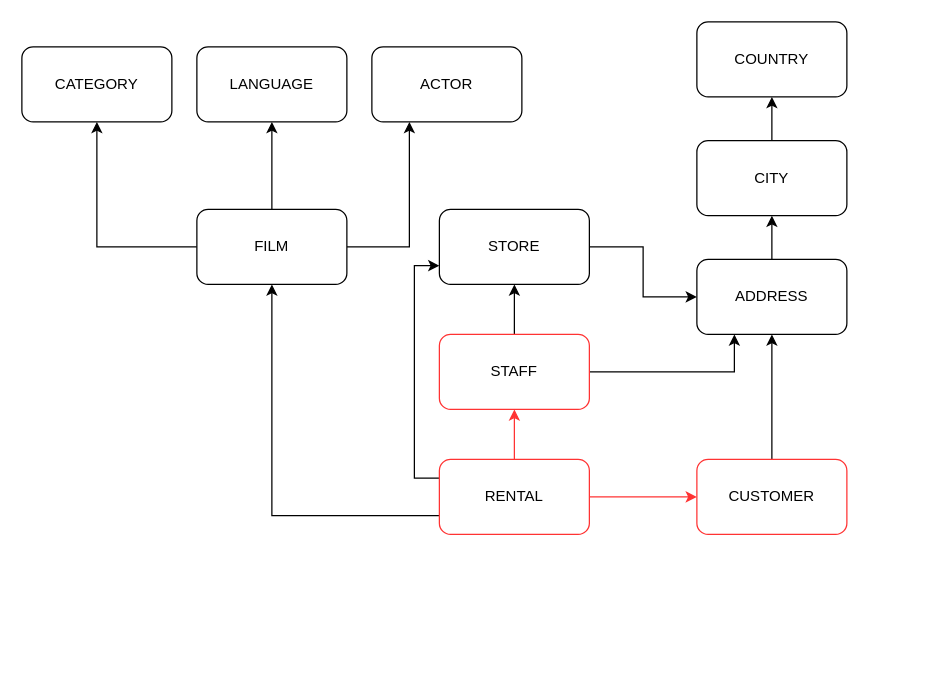
Before: Bản sao của Basic_Sakila_Operational_Source.drawio in luhoangve24/Diagram, a draw.io diagram. Source tidied: cells renumbered, new cells numbered last; positions are measured from the earlier drawing's top-left corner, leaving out a move shared by most shapes. Both pictures are drawn from the tidied source at 125%, with x=0, y=0 at pixel (21, 21).
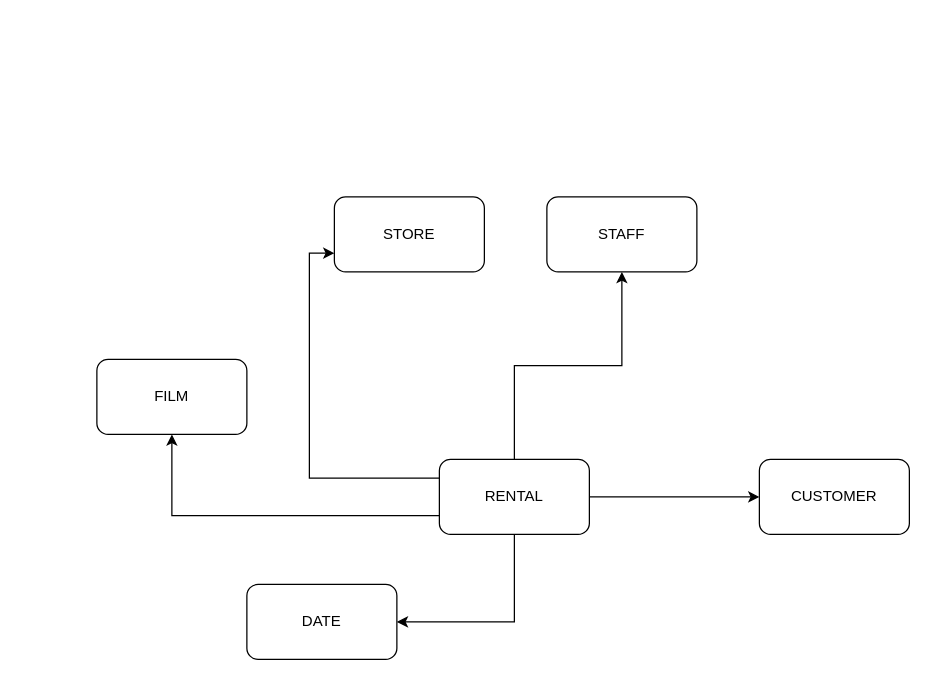
Above is the later version.

Commit message:
Cập nhật Bản sao của Basic_Sakila_Operational_Source.drawio

The edit, as a diff of the source:
```diff
@@
-    <mxCell id="2" style="edgeStyle=orthogonalEdgeStyle;rounded=0;jettySize=auto;html=1;strokeColor=#FF3333;" parent="1" edge="1" source="6" target="9">
+    <mxCell id="2" style="edgeStyle=orthogonalEdgeStyle;rounded=0;jettySize=auto;html=1;strokeColor=#000000;" parent="1" edge="1" source="6" target="9">
       <mxGeometry relative="1" as="geometry" />
     </mxCell>
-    <mxCell id="3" style="edgeStyle=orthogonalEdgeStyle;rounded=0;jettySize=auto;html=1;exitX=1;exitY=0.5;exitDx=0;exitDy=0;entryX=0;entryY=0.5;entryDx=0;entryDy=0;strokeColor=#FF3333;" parent="1" edge="1" source="6" target="13">
+    <mxCell id="3" style="edgeStyle=orthogonalEdgeStyle;rounded=0;jettySize=auto;html=1;exitX=1;exitY=0.5;exitDx=0;exitDy=0;entryX=0;entryY=0.5;entryDx=0;entryDy=0;strokeColor=#000000;" parent="1" edge="1" source="6" target="13">
       <mxGeometry relative="1" as="geometry" />
     </mxCell>
-    <mxCell id="4" style="edgeStyle=orthogonalEdgeStyle;rounded=0;jettySize=auto;html=1;exitX=0;exitY=0.75;exitDx=0;exitDy=0;entryX=0.5;entryY=1;entryDx=0;entryDy=0;" parent="1" edge="1" source="6" target="17">
+    <mxCell id="4" style="edgeStyle=orthogonalEdgeStyle;rounded=0;jettySize=auto;html=1;exitX=0;exitY=0.75;exitDx=0;exitDy=0;entryX=0.5;entryY=1;entryDx=0;entryDy=0;strokeColor=#000000;" parent="1" edge="1" source="6" target="17">
       <mxGeometry relative="1" as="geometry" />
     </mxCell>
-    <mxCell id="5" style="edgeStyle=orthogonalEdgeStyle;rounded=0;jettySize=auto;html=1;exitX=0;exitY=0.25;exitDx=0;exitDy=0;entryX=0;entryY=0.75;entryDx=0;entryDy=0;" parent="1" edge="1" source="6" target="11">
+    <mxCell id="5" style="edgeStyle=orthogonalEdgeStyle;rounded=0;jettySize=auto;html=1;exitX=0;exitY=0.25;exitDx=0;exitDy=0;entryX=0;entryY=0.75;entryDx=0;entryDy=0;strokeColor=#000000;" parent="1" edge="1" source="6" target="11">
       <mxGeometry relative="1" as="geometry" />
     </mxCell>
+    <mxCell id="26" style="edgeStyle=orthogonalEdgeStyle;rounded=0;jettySize=auto;html=1;exitX=0.5;exitY=1;exitDx=0;exitDy=0;entryX=1;entryY=0.5;entryDx=0;entryDy=0;" parent="1" edge="1" source="6" target="27">
+      <mxGeometry relative="1" as="geometry" />
+    </mxCell>
-    <mxCell id="6" value="RENTAL" style="rounded=1;whiteSpace=wrap;html=1;strokeColor=#FF3333;" parent="1" vertex="1">
+    <mxCell id="6" value="RENTAL" style="rounded=1;whiteSpace=wrap;html=1;strokeColor=#000000;" parent="1" vertex="1">
       <mxGeometry x="334" y="350" width="120" height="60" as="geometry" />
     </mxCell>
-    <mxCell id="7" style="edgeStyle=orthogonalEdgeStyle;rounded=0;jettySize=auto;html=1;" parent="1" edge="1" source="9" target="11">
-      <mxGeometry relative="1" as="geometry" />
-    </mxCell>
-    <mxCell id="8" style="edgeStyle=orthogonalEdgeStyle;rounded=0;jettySize=auto;html=1;entryX=0.25;entryY=1;entryDx=0;entryDy=0;" parent="1" edge="1" source="9" target="22">
-      <mxGeometry relative="1" as="geometry" />
-    </mxCell>
-    <mxCell id="9" value="STAFF" style="rounded=1;whiteSpace=wrap;html=1;strokeColor=#FF3333;" parent="1" vertex="1">
-      <mxGeometry x="334" y="250" width="120" height="60" as="geometry" />
+    <mxCell id="9" value="STAFF" style="rounded=1;whiteSpace=wrap;html=1;strokeColor=#000000;" parent="1" vertex="1">
+      <mxGeometry x="420" y="140" width="120" height="60" as="geometry" />
     </mxCell>
-    <mxCell id="10" style="edgeStyle=orthogonalEdgeStyle;rounded=0;jettySize=auto;html=1;entryX=0;entryY=0.5;entryDx=0;entryDy=0;" parent="1" edge="1" source="11" target="22">
-      <mxGeometry relative="1" as="geometry" />
-    </mxCell>
-    <mxCell id="11" value="STORE" style="rounded=1;whiteSpace=wrap;html=1;" parent="1" vertex="1">
-      <mxGeometry x="334" y="150" width="120" height="60" as="geometry" />
+    <mxCell id="11" value="STORE" style="rounded=1;whiteSpace=wrap;html=1;strokeColor=#000000;" parent="1" vertex="1">
+      <mxGeometry x="250" y="140" width="120" height="60" as="geometry" />
     </mxCell>
-    <mxCell id="12" style="edgeStyle=orthogonalEdgeStyle;rounded=0;jettySize=auto;html=1;entryX=0.5;entryY=1;entryDx=0;entryDy=0;" parent="1" edge="1" source="13" target="22">
-      <mxGeometry relative="1" as="geometry" />
-    </mxCell>
-    <mxCell id="13" value="CUSTOMER" style="rounded=1;whiteSpace=wrap;html=1;strokeColor=#FF3333;" parent="1" vertex="1">
-      <mxGeometry x="540" y="350" width="120" height="60" as="geometry" />
+    <mxCell id="13" value="CUSTOMER" style="rounded=1;whiteSpace=wrap;html=1;strokeColor=#000000;" parent="1" vertex="1">
+      <mxGeometry x="590" y="350" width="120" height="60" as="geometry" />
     </mxCell>
-    <mxCell id="14" style="edgeStyle=orthogonalEdgeStyle;rounded=0;jettySize=auto;html=1;exitX=0.5;exitY=0;exitDx=0;exitDy=0;entryX=0.5;entryY=1;entryDx=0;entryDy=0;" parent="1" edge="1" source="17" target="19">
-      <mxGeometry relative="1" as="geometry" />
-    </mxCell>
-    <mxCell id="15" style="edgeStyle=orthogonalEdgeStyle;rounded=0;jettySize=auto;html=1;entryX=0.25;entryY=1;entryDx=0;entryDy=0;" parent="1" edge="1" source="17" target="20">
-      <mxGeometry relative="1" as="geometry" />
-    </mxCell>
-    <mxCell id="16" style="edgeStyle=orthogonalEdgeStyle;rounded=0;jettySize=auto;html=1;" parent="1" edge="1" source="17" target="18">
-      <mxGeometry relative="1" as="geometry" />
-    </mxCell>
-    <mxCell id="17" value="FILM" style="rounded=1;whiteSpace=wrap;html=1;" parent="1" vertex="1">
-      <mxGeometry x="140" y="150" width="120" height="60" as="geometry" />
+    <mxCell id="17" value="FILM" style="rounded=1;whiteSpace=wrap;html=1;strokeColor=#000000;" parent="1" vertex="1">
+      <mxGeometry x="60" y="270" width="120" height="60" as="geometry" />
     </mxCell>
-    <mxCell id="18" value="CATEGORY" style="rounded=1;whiteSpace=wrap;html=1;" parent="1" vertex="1">
-      <mxGeometry y="20" width="120" height="60" as="geometry" />
-    </mxCell>
-    <mxCell id="19" value="LANGUAGE" style="rounded=1;whiteSpace=wrap;html=1;" parent="1" vertex="1">
-      <mxGeometry x="140" y="20" width="120" height="60" as="geometry" />
-    </mxCell>
-    <mxCell id="20" value="ACTOR" style="rounded=1;whiteSpace=wrap;html=1;" parent="1" vertex="1">
-      <mxGeometry x="280" y="20" width="120" height="60" as="geometry" />
-    </mxCell>
-    <mxCell id="21" style="edgeStyle=orthogonalEdgeStyle;rounded=0;jettySize=auto;html=1;exitX=0.5;exitY=0;exitDx=0;exitDy=0;entryX=0.5;entryY=1;entryDx=0;entryDy=0;" parent="1" edge="1" source="22" target="24">
-      <mxGeometry relative="1" as="geometry" />
-    </mxCell>
-    <mxCell id="22" value="ADDRESS" style="rounded=1;whiteSpace=wrap;html=1;" parent="1" vertex="1">
-      <mxGeometry x="540" y="190" width="120" height="60" as="geometry" />
-    </mxCell>
-    <mxCell id="23" style="edgeStyle=orthogonalEdgeStyle;rounded=0;jettySize=auto;html=1;exitX=0.5;exitY=0;exitDx=0;exitDy=0;entryX=0.5;entryY=1;entryDx=0;entryDy=0;" parent="1" edge="1" source="24" target="25">
-      <mxGeometry relative="1" as="geometry" />
-    </mxCell>
-    <mxCell id="24" value="CITY" style="rounded=1;whiteSpace=wrap;html=1;" parent="1" vertex="1">
-      <mxGeometry x="540" y="95" width="120" height="60" as="geometry" />
-    </mxCell>
-    <mxCell id="25" value="COUNTRY" style="rounded=1;whiteSpace=wrap;html=1;" parent="1" vertex="1">
-      <mxGeometry x="540" width="120" height="60" as="geometry" />
-    </mxCell>
+    <mxCell id="27" value="DATE" style="rounded=1;whiteSpace=wrap;html=1;strokeColor=#000000;" parent="1" vertex="1">
+      <mxGeometry x="180" y="450" width="120" height="60" as="geometry" />
+    </mxCell>
```
